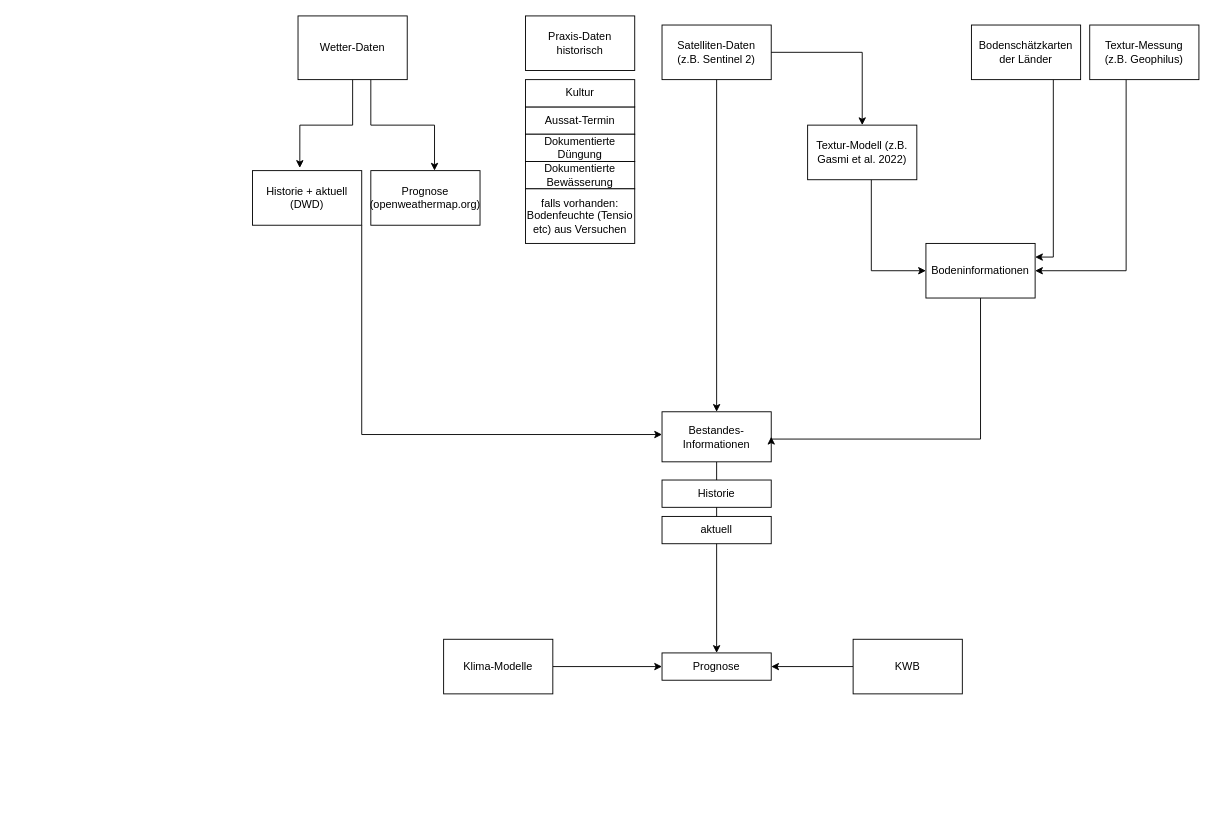
Earlier version of the draw.io diagram graphics/Unbenanntes Diagramm.drawio (SMR2018/ANNI). Source tidied: cells renumbered, new cells numbered last; positions are measured from the earlier drawing's top-left corner, leaving out a move shared by most shapes. Both pictures are drawn from the tidied source at 91%, with x=0, y=0 at pixel (252, 15).
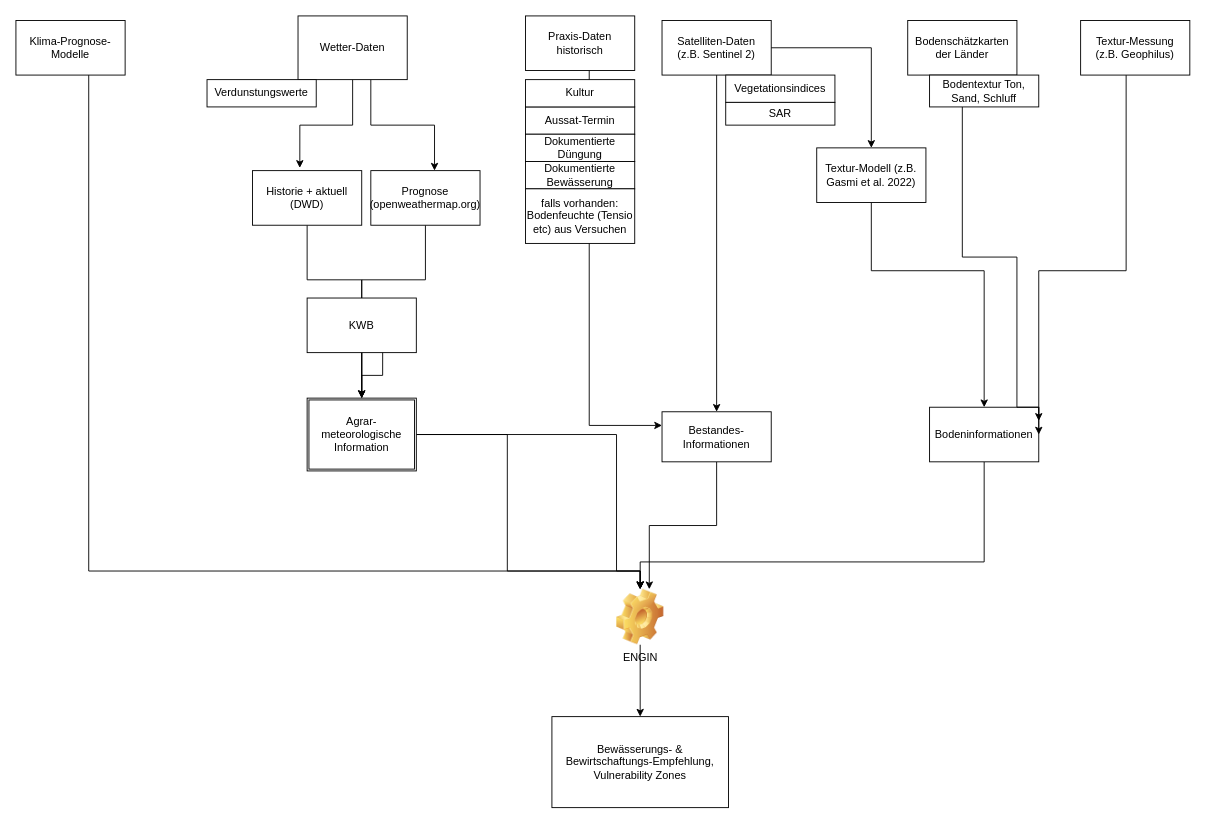
After the change.

Unchanged cells that the change refers to:
```xml
<mxCell id="6" value="Bestandes-Informationen" style="rounded=0;whiteSpace=wrap;html=1;" parent="1" vertex="1">
  <mxGeometry x="450" y="435" width="120" height="55" as="geometry" />
</mxCell>
<mxCell id="19" value="Historie + aktuell (DWD)" style="rounded=0;whiteSpace=wrap;html=1;" parent="1" vertex="1">
  <mxGeometry y="170" width="120" height="60" as="geometry" />
</mxCell>
<mxCell id="20" value="Prognose (openweathermap.org)" style="rounded=0;whiteSpace=wrap;html=1;" parent="1" vertex="1">
  <mxGeometry x="130" y="170" width="120" height="60" as="geometry" />
</mxCell>
<mxCell id="21" value="Praxis-Daten historisch" style="rounded=0;whiteSpace=wrap;html=1;" parent="1" vertex="1">
  <mxGeometry x="300" width="120" height="60" as="geometry" />
</mxCell>
```

The edit, as a diff of the source:
```diff
@@
     <mxCell id="4" value="Satelliten-Daten&lt;br&gt;(z.B. Sentinel 2)" style="rounded=0;whiteSpace=wrap;html=1;" parent="1" vertex="1">
-      <mxGeometry x="450" y="10" width="120" height="60" as="geometry" />
+      <mxGeometry x="450" y="5" width="120" height="60" as="geometry" />
     </mxCell>
-    <mxCell id="5" style="edgeStyle=orthogonalEdgeStyle;rounded=0;jettySize=auto;html=1;entryX=0.5;entryY=0;entryDx=0;entryDy=0;" parent="1" edge="1" source="6" target="27">
-      <mxGeometry relative="1" as="geometry" />
+    <mxCell id="5" style="edgeStyle=orthogonalEdgeStyle;rounded=0;jettySize=auto;html=1;" parent="1" edge="1" source="6" target="48">
+      <mxGeometry relative="1" as="geometry">
+        <Array as="points">
+          <mxPoint x="510" y="560" />
+          <mxPoint x="436" y="560" />
+        </Array>
+      </mxGeometry>
     </mxCell>
@@
-    <mxCell id="7" style="edgeStyle=orthogonalEdgeStyle;rounded=0;jettySize=auto;html=1;entryX=1;entryY=0.5;entryDx=0;entryDy=0;" parent="1" edge="1" source="8" target="6">
-      <mxGeometry relative="1" as="geometry">
-        <Array as="points">
-          <mxPoint x="800" y="465" />
-        </Array>
-      </mxGeometry>
-    </mxCell>
+    <mxCell id="34" style="edgeStyle=orthogonalEdgeStyle;rounded=0;jettySize=auto;html=1;" parent="1" edge="1" source="8" target="48">
+      <mxGeometry relative="1" as="geometry">
+        <Array as="points">
+          <mxPoint x="804" y="600" />
+        </Array>
+      </mxGeometry>
+    </mxCell>
     <mxCell id="8" value="Bodeninformationen" style="rounded=0;whiteSpace=wrap;html=1;" parent="1" vertex="1">
-      <mxGeometry x="740" y="250" width="120" height="60" as="geometry" />
+      <mxGeometry x="744" y="430" width="120" height="60" as="geometry" />
     </mxCell>
     <mxCell id="9" style="edgeStyle=orthogonalEdgeStyle;rounded=0;jettySize=auto;html=1;entryX=1;entryY=0.25;entryDx=0;entryDy=0;" parent="1" edge="1" source="10" target="8">
       <mxGeometry relative="1" as="geometry">
         <Array as="points">
-          <mxPoint x="880" y="265" />
+          <mxPoint x="780" y="265" />
+          <mxPoint x="840" y="265" />
+          <mxPoint x="840" y="430" />
+          <mxPoint x="864" y="430" />
         </Array>
       </mxGeometry>
     </mxCell>
-    <mxCell id="10" value="Bodenschätzkarten der Länder" style="rounded=0;whiteSpace=wrap;html=1;" parent="1" vertex="1">
-      <mxGeometry x="790" y="10" width="120" height="60" as="geometry" />
+    <mxCell id="10" value="Bodenschätzkarten der Länder" style="rounded=0;whiteSpace=wrap;html=1;fillColor=default;" parent="1" vertex="1">
+      <mxGeometry x="720" y="5" width="120" height="60" as="geometry" />
     </mxCell>
@@
     <mxCell id="12" value="Textur-Modell (z.B. Gasmi et al. 2022)" style="rounded=0;whiteSpace=wrap;html=1;" parent="1" vertex="1">
-      <mxGeometry x="610" y="120" width="120" height="60" as="geometry" />
+      <mxGeometry x="620" y="145" width="120" height="60" as="geometry" />
     </mxCell>
@@
     <mxCell id="14" value="Textur-Messung &lt;br&gt;(z.B. Geophilus)" style="rounded=0;whiteSpace=wrap;html=1;" parent="1" vertex="1">
-      <mxGeometry x="920" y="10" width="120" height="60" as="geometry" />
+      <mxGeometry x="910" y="5" width="120" height="60" as="geometry" />
     </mxCell>
@@
-    <mxCell id="18" style="edgeStyle=orthogonalEdgeStyle;rounded=0;jettySize=auto;html=1;" parent="1" edge="1" source="19" target="6">
-      <mxGeometry relative="1" as="geometry">
-        <Array as="points">
-          <mxPoint x="120" y="460" />
-        </Array>
-      </mxGeometry>
-    </mxCell>
+    <mxCell id="35" style="edgeStyle=orthogonalEdgeStyle;rounded=0;jettySize=auto;html=1;" parent="1" edge="1" source="19" target="46">
+      <mxGeometry relative="1" as="geometry">
+        <Array as="points">
+          <mxPoint x="60" y="290" />
+          <mxPoint x="120" y="290" />
+        </Array>
+      </mxGeometry>
+    </mxCell>
@@
+    <mxCell id="36" style="edgeStyle=orthogonalEdgeStyle;rounded=0;jettySize=auto;html=1;" parent="1" edge="1" source="33" target="46">
+      <mxGeometry relative="1" as="geometry" />
+    </mxCell>
+    <mxCell id="37" style="edgeStyle=orthogonalEdgeStyle;rounded=0;jettySize=auto;html=1;" parent="1" edge="1" source="20" target="46">
+      <mxGeometry relative="1" as="geometry">
+        <Array as="points">
+          <mxPoint x="190" y="290" />
+          <mxPoint x="120" y="290" />
+        </Array>
+      </mxGeometry>
+    </mxCell>
@@
+    <mxCell id="38" style="edgeStyle=orthogonalEdgeStyle;rounded=0;jettySize=auto;html=1;" parent="1" edge="1" source="21" target="6">
+      <mxGeometry relative="1" as="geometry">
+        <Array as="points">
+          <mxPoint x="370" y="450" />
+        </Array>
+      </mxGeometry>
+    </mxCell>
@@
-    <mxCell id="25" value="Historie" style="rounded=0;whiteSpace=wrap;html=1;" parent="1" vertex="1">
-      <mxGeometry x="450" y="510" width="120" height="30" as="geometry" />
-    </mxCell>
-    <mxCell id="26" value="aktuell" style="rounded=0;whiteSpace=wrap;html=1;" parent="1" vertex="1">
-      <mxGeometry x="450" y="550" width="120" height="30" as="geometry" />
-    </mxCell>
-    <mxCell id="27" value="Prognose" style="rounded=0;whiteSpace=wrap;html=1;" parent="1" vertex="1">
-      <mxGeometry x="450" y="700" width="120" height="30" as="geometry" />
+    <mxCell id="27" value="Bewässerungs- &amp;amp;&lt;br&gt;Bewirtschaftungs-Empfehlung, Vulnerability Zones" style="rounded=0;whiteSpace=wrap;html=1;" parent="1" vertex="1">
+      <mxGeometry x="329" y="770" width="194" height="100" as="geometry" />
     </mxCell>
@@
-    <mxCell id="30" style="edgeStyle=orthogonalEdgeStyle;rounded=0;jettySize=auto;html=1;entryX=0;entryY=0.5;entryDx=0;entryDy=0;" parent="1" edge="1" source="31" target="27">
-      <mxGeometry relative="1" as="geometry" />
+    <mxCell id="30" style="edgeStyle=orthogonalEdgeStyle;rounded=0;jettySize=auto;html=1;" parent="1" edge="1" source="31" target="48">
+      <mxGeometry relative="1" as="geometry">
+        <Array as="points">
+          <mxPoint x="-180" y="610" />
+        </Array>
+      </mxGeometry>
     </mxCell>
-    <mxCell id="31" value="Klima-Modelle" style="rounded=0;whiteSpace=wrap;html=1;" parent="1" vertex="1">
-      <mxGeometry x="210" y="685" width="120" height="60" as="geometry" />
+    <mxCell id="31" value="Klima-Prognose-Modelle" style="rounded=0;whiteSpace=wrap;html=1;" parent="1" vertex="1">
+      <mxGeometry x="-260" y="5" width="120" height="60" as="geometry" />
     </mxCell>
-    <mxCell id="32" style="edgeStyle=orthogonalEdgeStyle;rounded=0;jettySize=auto;html=1;entryX=1;entryY=0.5;entryDx=0;entryDy=0;" parent="1" edge="1" source="33" target="27">
-      <mxGeometry relative="1" as="geometry" />
-    </mxCell>
+    <mxCell id="39" value="Vegetationsindices" style="rounded=0;whiteSpace=wrap;html=1;" parent="1" vertex="1">
+      <mxGeometry x="520" y="65" width="120" height="30" as="geometry" />
+    </mxCell>
+    <mxCell id="40" value="SAR" style="rounded=0;whiteSpace=wrap;html=1;" parent="1" vertex="1">
+      <mxGeometry x="520" y="95" width="120" height="25" as="geometry" />
+    </mxCell>
+    <mxCell id="41" value="Bodentextur Ton, Sand, Schluff" style="rounded=0;whiteSpace=wrap;html=1;" parent="1" vertex="1">
+      <mxGeometry x="744" y="65" width="120" height="35" as="geometry" />
+    </mxCell>
+    <mxCell id="42" value="Verdunstungswerte" style="rounded=0;whiteSpace=wrap;html=1;" parent="1" vertex="1">
+      <mxGeometry x="-50" y="70" width="120" height="30" as="geometry" />
+    </mxCell>
+    <mxCell id="43" style="edgeStyle=orthogonalEdgeStyle;rounded=0;jettySize=auto;html=1;entryX=0.692;entryY=0.417;entryDx=0;entryDy=0;entryPerimeter=0;" parent="1" edge="1" source="46" target="33">
+      <mxGeometry relative="1" as="geometry" />
+    </mxCell>
+    <mxCell id="44" style="edgeStyle=orthogonalEdgeStyle;rounded=0;jettySize=auto;html=1;" parent="1" edge="1" source="46" target="48">
+      <mxGeometry relative="1" as="geometry">
+        <Array as="points">
+          <mxPoint x="280" y="460" />
+          <mxPoint x="280" y="610" />
+        </Array>
+      </mxGeometry>
+    </mxCell>
+    <mxCell id="45" style="edgeStyle=orthogonalEdgeStyle;rounded=0;jettySize=auto;html=1;" parent="1" edge="1" source="46" target="48">
+      <mxGeometry relative="1" as="geometry">
+        <Array as="points">
+          <mxPoint x="400" y="460" />
+          <mxPoint x="400" y="610" />
+        </Array>
+      </mxGeometry>
+    </mxCell>
+    <mxCell id="46" value="Agrar-meteorologische Information" style="shape=ext;double=1;rounded=0;whiteSpace=wrap;html=1;" parent="1" vertex="1">
+      <mxGeometry x="60" y="420" width="120" height="80" as="geometry" />
+    </mxCell>
     <mxCell id="33" value="KWB" style="rounded=0;whiteSpace=wrap;html=1;" parent="1" vertex="1">
-      <mxGeometry x="660" y="685" width="120" height="60" as="geometry" />
+      <mxGeometry x="60" y="310" width="120" height="60" as="geometry" />
     </mxCell>
+    <mxCell id="47" style="edgeStyle=orthogonalEdgeStyle;rounded=0;jettySize=auto;html=1;" parent="1" edge="1" source="48" target="27">
+      <mxGeometry relative="1" as="geometry" />
+    </mxCell>
+    <mxCell id="48" value="ENGIN" style="shape=image;html=1;verticalLabelPosition=bottom;verticalAlign=top;imageAspect=1;image=img/clipart/Gear_128x128.png;" parent="1" vertex="1">
+      <mxGeometry x="400" y="630" width="52" height="61" as="geometry" />
+    </mxCell>
```
